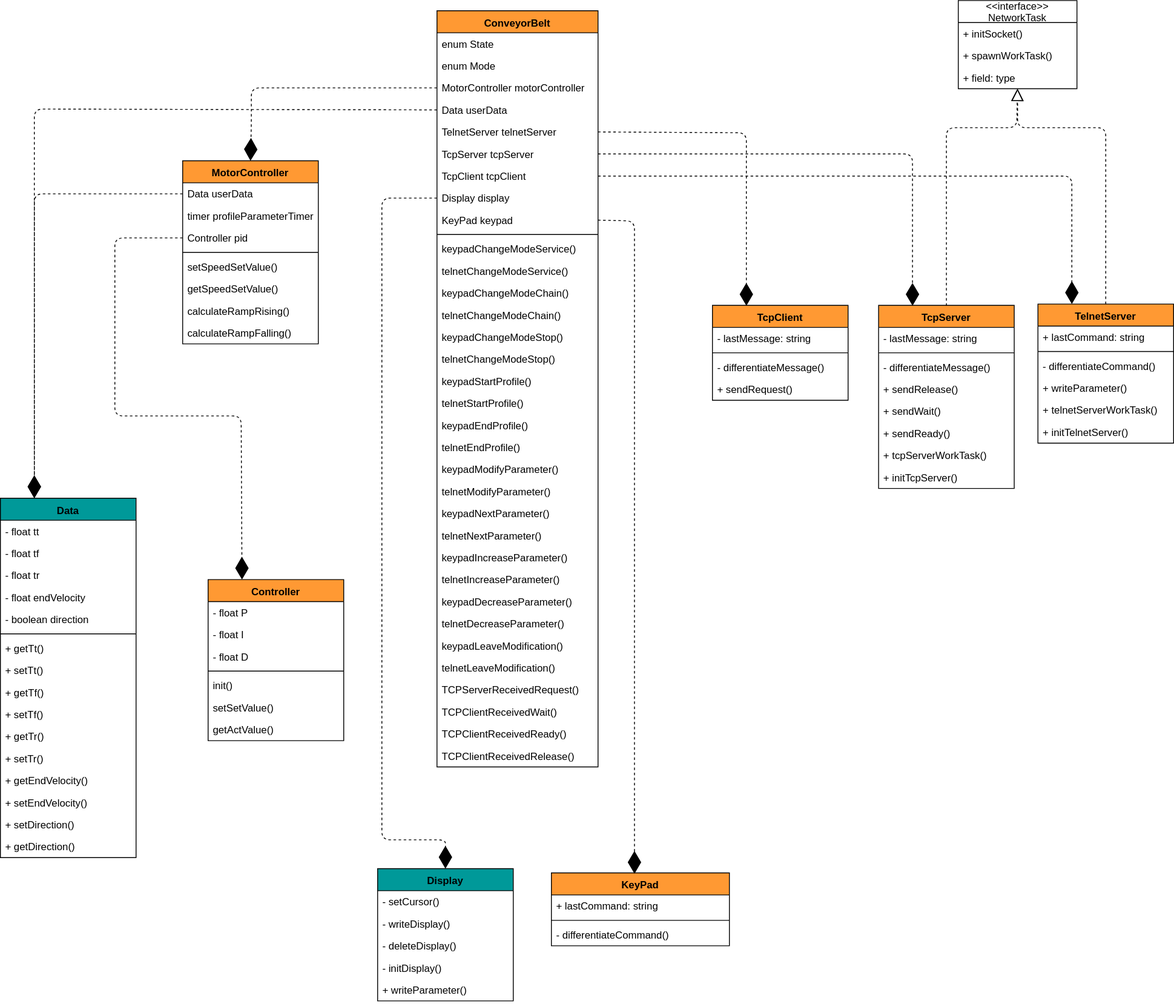
The draw.io diagram Documentation/classDiagram/ClassDiagram.svg in nicolai-schwartze/EBS2_Conveyer_Belt, before a commit. Source tidied: cells renumbered, new cells last; positions are measured from the earlier drawing's top-left corner, leaving out a move shared by most shapes.
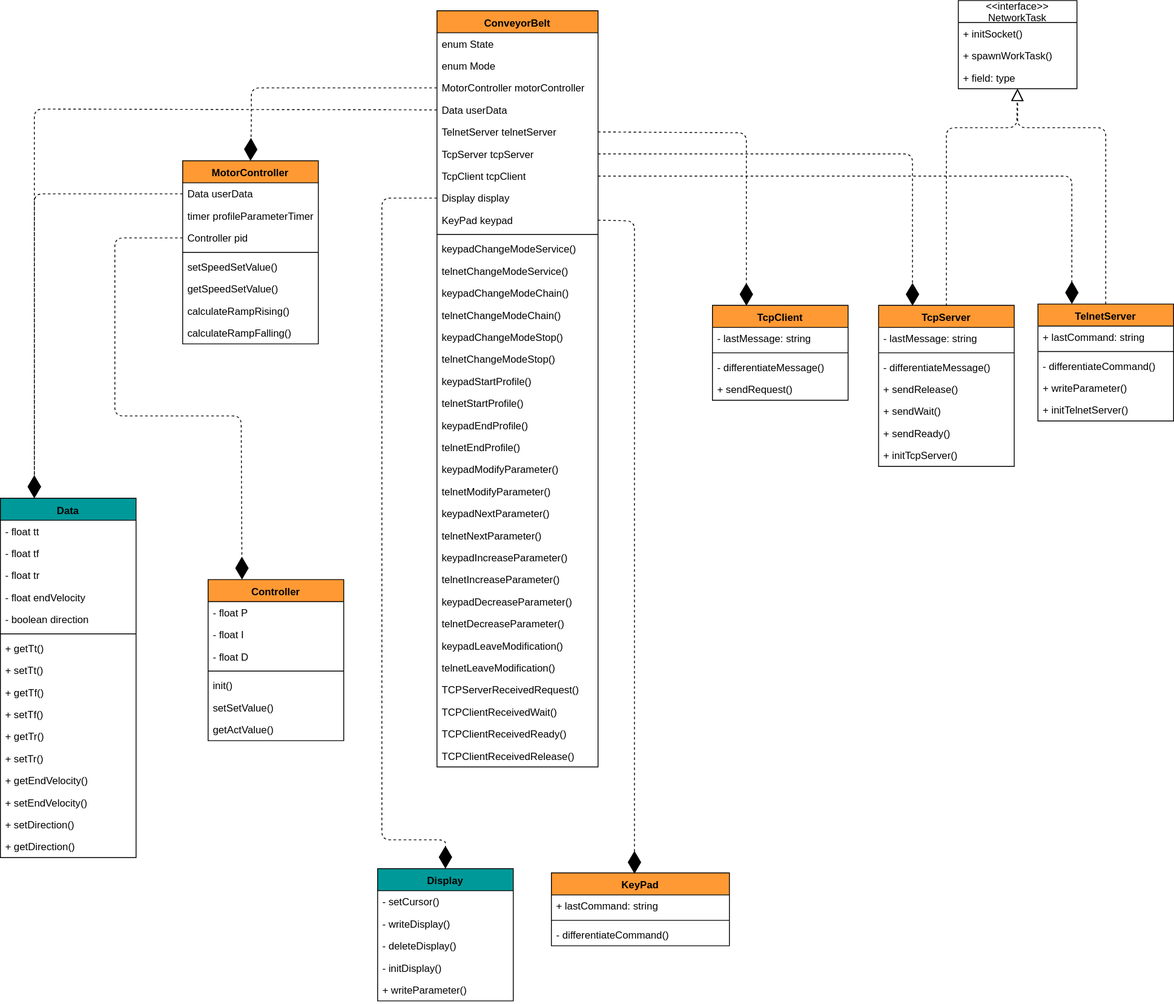
The same diagram one commit later.

What changed in the source:
```diff
@@ -142,7 +142,7 @@
       </mxGeometry>
     </mxCell>
     <mxCell id="44" value="TcpServer" style="swimlane;fontStyle=1;align=center;verticalAlign=top;horizontal=1;startSize=26;fillColor=#FF9933;" parent="1" vertex="1">
-      <mxGeometry x="1036" y="359.5" width="160" height="216" as="geometry" />
+      <mxGeometry x="1036" y="359.5" width="160" height="190" as="geometry" />
     </mxCell>
     <mxCell id="45" value="- lastMessage: string" style="text;strokeColor=none;fillColor=none;align=left;verticalAlign=top;spacingLeft=4;spacingRight=4;overflow=hidden;" parent="44" vertex="1">
       <mxGeometry y="26" width="160" height="26" as="geometry" />
@@ -162,11 +162,8 @@
     <mxCell id="50" value="+ sendReady()" style="text;strokeColor=none;fillColor=none;align=left;verticalAlign=top;spacingLeft=4;spacingRight=4;overflow=hidden;" parent="44" vertex="1">
       <mxGeometry y="138" width="160" height="26" as="geometry" />
     </mxCell>
-    <mxCell id="51" value="+ tcpServerWorkTask()" style="text;strokeColor=none;fillColor=none;align=left;verticalAlign=top;spacingLeft=4;spacingRight=4;overflow=hidden;" parent="44" vertex="1">
-      <mxGeometry y="164" width="160" height="26" as="geometry" />
-    </mxCell>
     <mxCell id="52" value="+ initTcpServer()" style="text;strokeColor=none;fillColor=none;align=left;verticalAlign=top;spacingLeft=4;spacingRight=4;overflow=hidden;" parent="44" vertex="1">
-      <mxGeometry y="190" width="160" height="26" as="geometry" />
+      <mxGeometry y="164" width="160" height="26" as="geometry" />
     </mxCell>
     <mxCell id="53" value="TcpClient" style="swimlane;fontStyle=1;align=center;verticalAlign=top;horizontal=1;startSize=26;fillColor=#FF9933;" parent="1" vertex="1">
       <mxGeometry x="840" y="359.5" width="160" height="112" as="geometry" />
@@ -301,7 +298,7 @@
       <mxGeometry y="866" width="190" height="26" as="geometry" />
     </mxCell>
     <mxCell id="97" value="TelnetServer" style="swimlane;fontStyle=1;align=center;verticalAlign=top;horizontal=1;startSize=26;fillColor=#FF9933;" parent="1" vertex="1">
-      <mxGeometry x="1224" y="358" width="160" height="164" as="geometry" />
+      <mxGeometry x="1224" y="358" width="160" height="138" as="geometry" />
     </mxCell>
     <mxCell id="98" value="+ lastCommand: string" style="text;strokeColor=none;fillColor=none;align=left;verticalAlign=top;spacingLeft=4;spacingRight=4;overflow=hidden;" parent="97" vertex="1">
       <mxGeometry y="26" width="160" height="26" as="geometry" />
@@ -315,11 +312,8 @@
     <mxCell id="101" value="+ writeParameter()" style="text;strokeColor=none;fillColor=none;align=left;verticalAlign=top;spacingLeft=4;spacingRight=4;overflow=hidden;" parent="97" vertex="1">
       <mxGeometry y="86" width="160" height="26" as="geometry" />
     </mxCell>
-    <mxCell id="102" value="+ telnetServerWorkTask()" style="text;strokeColor=none;fillColor=none;align=left;verticalAlign=top;spacingLeft=4;spacingRight=4;overflow=hidden;" parent="97" vertex="1">
-      <mxGeometry y="112" width="160" height="26" as="geometry" />
-    </mxCell>
     <mxCell id="103" value="+ initTelnetServer()" style="text;strokeColor=none;fillColor=none;align=left;verticalAlign=top;spacingLeft=4;spacingRight=4;overflow=hidden;" parent="97" vertex="1">
-      <mxGeometry y="138" width="160" height="26" as="geometry" />
+      <mxGeometry y="112" width="160" height="26" as="geometry" />
     </mxCell>
     <mxCell id="104" style="endArrow=diamondThin;endFill=1;endSize=24;html=1;dashed=1;exitX=0;exitY=0.5;exitDx=0;exitDy=0;entryX=0.5;entryY=0;entryDx=0;entryDy=0;" parent="1" edge="1" source="65" target="2">
       <mxGeometry relative="1" as="geometry">
```
